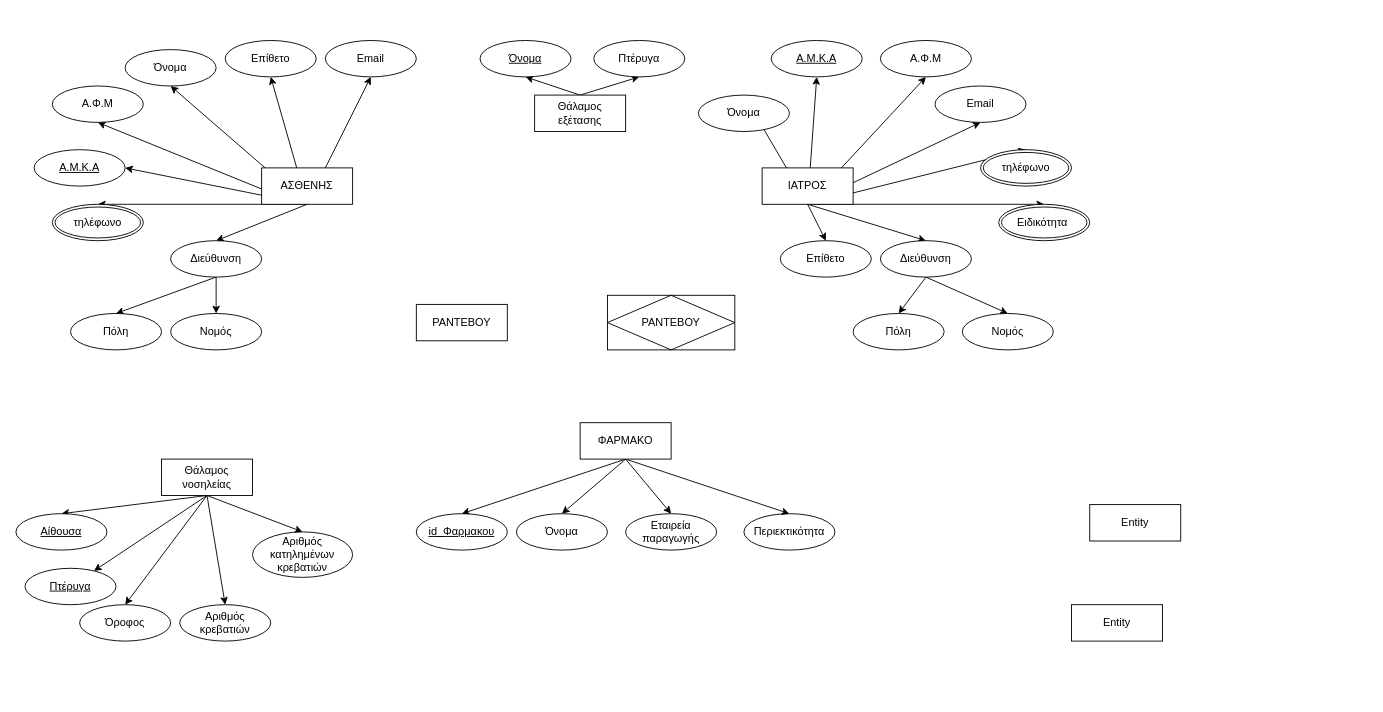
DionysisTheodosis/Databases-II-Uni keeps this draw.io diagram as database2.drawio. Above is the earlier version. Source tidied: cells renumbered, new cells numbered last; positions are measured from the earlier drawing's top-left corner, leaving out a move shared by most shapes. Both pictures are drawn from the tidied source at 91%, with x=0, y=0 at pixel (15, 40).
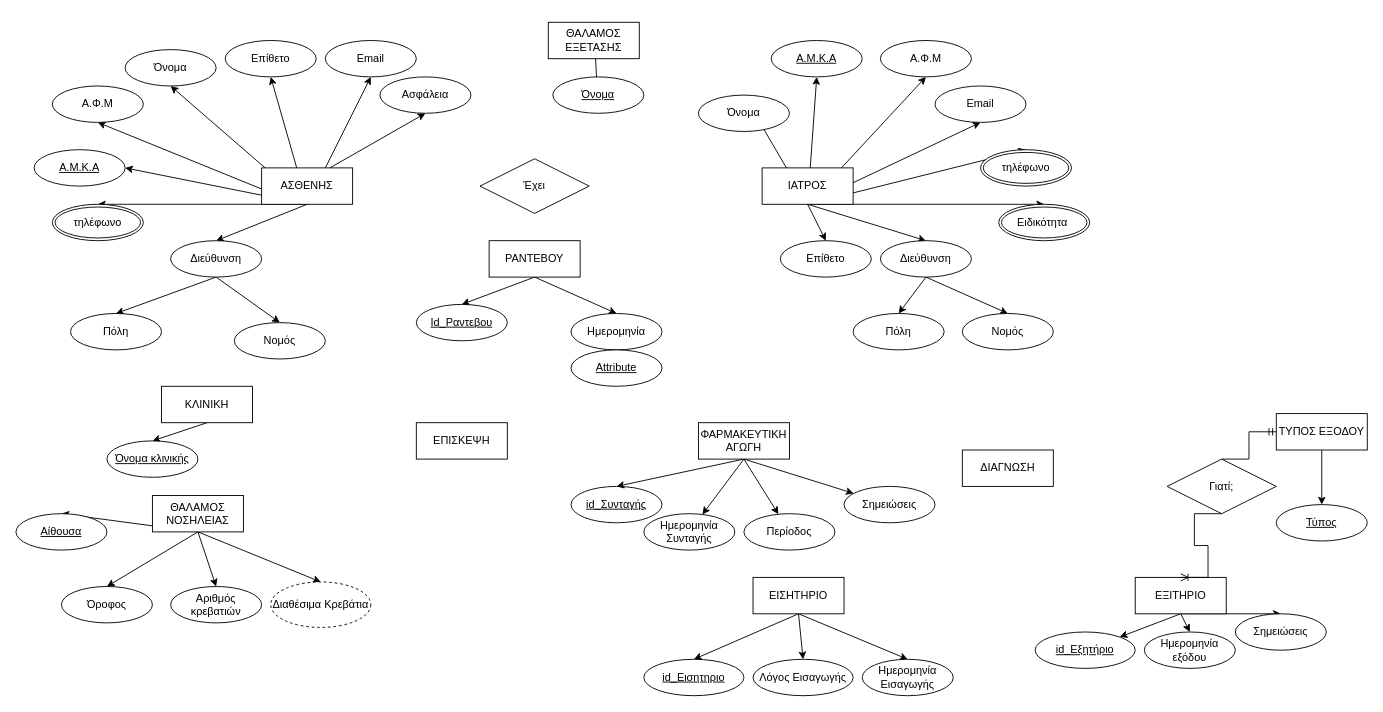
The same diagram, later.

The change refers to these unchanged cells:
```xml
<mxCell id="17" value="ΑΣΘΕΝΗΣ" style="whiteSpace=wrap;html=1;align=center;" parent="1" vertex="1">
  <mxGeometry x="270" y="140" width="100" height="40" as="geometry" />
</mxCell>
<mxCell id="23" value="Διεύθυνση" style="ellipse;whiteSpace=wrap;html=1;align=center;" parent="1" vertex="1">
  <mxGeometry x="170" y="220" width="100" height="40" as="geometry" />
</mxCell>
```

The edit, as a diff of the source:
```diff
@@
+    <mxCell id="71" style="rounded=0;jettySize=auto;html=1;exitX=0.75;exitY=0;exitDx=0;exitDy=0;entryX=0.5;entryY=1;entryDx=0;entryDy=0;" parent="1" edge="1" source="17" target="80">
+      <mxGeometry relative="1" as="geometry" />
+    </mxCell>
@@
-    <mxCell id="22" style="edgeStyle=orthogonalEdgeStyle;rounded=0;jettySize=auto;html=1;exitX=0.5;exitY=1;exitDx=0;exitDy=0;entryX=0.5;entryY=0;entryDx=0;entryDy=0;" parent="1" edge="1" source="23" target="29">
+    <mxCell id="22" style="rounded=0;jettySize=auto;html=1;exitX=0.5;exitY=1;exitDx=0;exitDy=0;entryX=0.5;entryY=0;entryDx=0;entryDy=0;" parent="1" edge="1" source="23" target="29">
       <mxGeometry relative="1" as="geometry" />
     </mxCell>
@@
     <mxCell id="29" value="Νομός" style="ellipse;whiteSpace=wrap;html=1;align=center;" parent="1" vertex="1">
-      <mxGeometry x="170" y="300" width="100" height="40" as="geometry" />
+      <mxGeometry x="240" y="310" width="100" height="40" as="geometry" />
     </mxCell>
@@
-    <mxCell id="42" style="rounded=0;jettySize=auto;html=1;exitX=0.5;exitY=0;exitDx=0;exitDy=0;entryX=0.5;entryY=1;entryDx=0;entryDy=0;" parent="1" edge="1" source="43" target="44">
-      <mxGeometry relative="1" as="geometry" />
-    </mxCell>
-    <mxCell id="43" value="Θάλαμος εξέτασης" style="whiteSpace=wrap;html=1;align=center;" parent="1" vertex="1">
-      <mxGeometry x="570" y="60" width="100" height="40" as="geometry" />
+    <mxCell id="43" value="ΘΑΛΑΜΟΣ ΕΞΕΤΑΣΗΣ" style="whiteSpace=wrap;html=1;align=center;" parent="1" vertex="1">
+      <mxGeometry x="585" y="-20" width="100" height="40" as="geometry" />
     </mxCell>
-    <mxCell id="44" value="Πτέρυγα" style="ellipse;whiteSpace=wrap;html=1;align=center;" parent="1" vertex="1">
-      <mxGeometry x="635" width="100" height="40" as="geometry" />
-    </mxCell>
     <mxCell id="45" value="Όνομα" style="ellipse;whiteSpace=wrap;html=1;align=center;fontStyle=4;" parent="1" vertex="1">
-      <mxGeometry x="510" width="100" height="40" as="geometry" />
+      <mxGeometry x="590" y="40" width="100" height="40" as="geometry" />
     </mxCell>
@@
-    <mxCell id="47" style="rounded=0;jettySize=auto;html=1;exitX=0.5;exitY=1;exitDx=0;exitDy=0;" parent="1" edge="1" source="51" target="53">
-      <mxGeometry relative="1" as="geometry" />
-    </mxCell>
@@
-    <mxCell id="50" style="rounded=0;jettySize=auto;html=1;exitX=0.5;exitY=1;exitDx=0;exitDy=0;entryX=0.5;entryY=0;entryDx=0;entryDy=0;" parent="1" edge="1" source="51" target="57">
+    <mxCell id="50" style="rounded=0;jettySize=auto;html=1;exitX=0.5;exitY=1;exitDx=0;exitDy=0;entryX=0.5;entryY=0;entryDx=0;entryDy=0;" parent="1" edge="1" source="51" target="108">
       <mxGeometry relative="1" as="geometry" />
     </mxCell>
-    <mxCell id="51" value="Θάλαμος νοσηλείας" style="whiteSpace=wrap;html=1;align=center;" parent="1" vertex="1">
-      <mxGeometry x="160" y="460" width="100" height="40" as="geometry" />
+    <mxCell id="51" value="ΘΑΛΑΜΟΣ ΝΟΣΗΛΕΙΑΣ" style="whiteSpace=wrap;html=1;align=center;" parent="1" vertex="1">
+      <mxGeometry x="150" y="500" width="100" height="40" as="geometry" />
     </mxCell>
@@
-    <mxCell id="53" value="Πτέρυγα" style="ellipse;whiteSpace=wrap;html=1;align=center;fontStyle=4;" parent="1" vertex="1">
-      <mxGeometry x="10" y="580" width="100" height="40" as="geometry" />
-    </mxCell>
-    <mxCell id="54" value="Περιεκτικότητα" style="ellipse;whiteSpace=wrap;html=1;align=center;" parent="1" vertex="1">
-      <mxGeometry x="800" y="520" width="100" height="40" as="geometry" />
-    </mxCell>
-    <mxCell id="55" value="Εταιρεία παραγωγής&lt;br&gt;" style="ellipse;whiteSpace=wrap;html=1;align=center;" parent="1" vertex="1">
-      <mxGeometry x="670" y="520" width="100" height="40" as="geometry" />
-    </mxCell>
     <mxCell id="56" value="Αριθμός κρεβατιών" style="ellipse;whiteSpace=wrap;html=1;align=center;" parent="1" vertex="1">
-      <mxGeometry x="180" y="620" width="100" height="40" as="geometry" />
+      <mxGeometry x="170" y="600" width="100" height="40" as="geometry" />
     </mxCell>
-    <mxCell id="57" value="Αριθμός κατηλημένων κρεβατιών" style="ellipse;whiteSpace=wrap;html=1;align=center;" parent="1" vertex="1">
-      <mxGeometry x="260" y="540" width="110" height="50" as="geometry" />
-    </mxCell>
     <mxCell id="58" value="Όροφος" style="ellipse;whiteSpace=wrap;html=1;align=center;" parent="1" vertex="1">
-      <mxGeometry x="70" y="620" width="100" height="40" as="geometry" />
+      <mxGeometry x="50" y="600" width="100" height="40" as="geometry" />
     </mxCell>
-    <mxCell id="59" style="rounded=0;jettySize=auto;html=1;exitX=0.5;exitY=1;exitDx=0;exitDy=0;entryX=0.5;entryY=0;entryDx=0;entryDy=0;" parent="1" edge="1" source="63" target="69">
-      <mxGeometry relative="1" as="geometry" />
-    </mxCell>
-    <mxCell id="60" style="rounded=0;jettySize=auto;html=1;exitX=0.5;exitY=1;exitDx=0;exitDy=0;entryX=0.5;entryY=0;entryDx=0;entryDy=0;" parent="1" edge="1" source="63" target="68">
-      <mxGeometry relative="1" as="geometry" />
-    </mxCell>
-    <mxCell id="61" style="rounded=0;jettySize=auto;html=1;exitX=0.5;exitY=1;exitDx=0;exitDy=0;entryX=0.5;entryY=0;entryDx=0;entryDy=0;" parent="1" edge="1" source="63" target="55">
-      <mxGeometry relative="1" as="geometry" />
-    </mxCell>
-    <mxCell id="62" style="rounded=0;jettySize=auto;html=1;exitX=0.5;exitY=1;exitDx=0;exitDy=0;entryX=0.5;entryY=0;entryDx=0;entryDy=0;" parent="1" edge="1" source="63" target="54">
-      <mxGeometry relative="1" as="geometry" />
-    </mxCell>
-    <mxCell id="63" value="ΦΑΡΜΑΚΟ&lt;br&gt;" style="whiteSpace=wrap;html=1;align=center;" parent="1" vertex="1">
-      <mxGeometry x="620" y="420" width="100" height="40" as="geometry" />
-    </mxCell>
+    <mxCell id="72" style="rounded=0;jettySize=auto;html=1;exitX=0.5;exitY=1;exitDx=0;exitDy=0;entryX=0.5;entryY=0;entryDx=0;entryDy=0;" parent="1" edge="1" source="64" target="78">
+      <mxGeometry relative="1" as="geometry" />
+    </mxCell>
+    <mxCell id="73" style="rounded=0;jettySize=auto;html=1;exitX=0.5;exitY=1;exitDx=0;exitDy=0;entryX=0.5;entryY=0;entryDx=0;entryDy=0;" parent="1" edge="1" source="64" target="88">
+      <mxGeometry relative="1" as="geometry" />
+    </mxCell>
+    <mxCell id="74" style="rounded=0;jettySize=auto;html=1;exitX=0.5;exitY=1;exitDx=0;exitDy=0;entryX=0.5;entryY=0;entryDx=0;entryDy=0;" parent="1" edge="1" source="64" target="92">
+      <mxGeometry relative="1" as="geometry" />
+    </mxCell>
-    <mxCell id="64" value="Entity" style="whiteSpace=wrap;html=1;align=center;" parent="1" vertex="1">
-      <mxGeometry x="1160" y="620" width="100" height="40" as="geometry" />
+    <mxCell id="64" value="ΕΙΣΗΤΗΡΙΟ" style="whiteSpace=wrap;html=1;align=center;" parent="1" vertex="1">
+      <mxGeometry x="810" y="590" width="100" height="40" as="geometry" />
     </mxCell>
+    <mxCell id="75" style="rounded=0;jettySize=auto;html=1;exitX=0.5;exitY=1;exitDx=0;exitDy=0;entryX=0.5;entryY=0;entryDx=0;entryDy=0;" parent="1" edge="1" source="65" target="82">
+      <mxGeometry relative="1" as="geometry" />
+    </mxCell>
-    <mxCell id="65" value="Entity" style="whiteSpace=wrap;html=1;align=center;" parent="1" vertex="1">
-      <mxGeometry x="1180" y="510" width="100" height="40" as="geometry" />
+    <mxCell id="65" value="ΚΛΙΝΙΚΗ" style="whiteSpace=wrap;html=1;align=center;" parent="1" vertex="1">
+      <mxGeometry x="160" y="380" width="100" height="40" as="geometry" />
     </mxCell>
+    <mxCell id="76" style="rounded=0;jettySize=auto;html=1;exitX=0.5;exitY=1;exitDx=0;exitDy=0;entryX=0.5;entryY=0;entryDx=0;entryDy=0;" parent="1" edge="1" source="66" target="81">
+      <mxGeometry relative="1" as="geometry" />
+    </mxCell>
+    <mxCell id="77" style="rounded=0;jettySize=auto;html=1;exitX=0.5;exitY=1;exitDx=0;exitDy=0;entryX=0.5;entryY=0;entryDx=0;entryDy=0;" parent="1" edge="1" source="66" target="79">
+      <mxGeometry relative="1" as="geometry" />
+    </mxCell>
     <mxCell id="66" value="ΡΑΝΤΕΒΟΥ" style="whiteSpace=wrap;html=1;align=center;" parent="1" vertex="1">
-      <mxGeometry x="440" y="290" width="100" height="40" as="geometry" />
+      <mxGeometry x="520" y="220" width="100" height="40" as="geometry" />
     </mxCell>
@@
-    <mxCell id="68" value="Όνομα&lt;br&gt;" style="ellipse;whiteSpace=wrap;html=1;align=center;" parent="1" vertex="1">
-      <mxGeometry x="550" y="520" width="100" height="40" as="geometry" />
-    </mxCell>
-    <mxCell id="69" value="id_Φαρμακου" style="ellipse;whiteSpace=wrap;html=1;align=center;fontStyle=4;" parent="1" vertex="1">
-      <mxGeometry x="440" y="520" width="100" height="40" as="geometry" />
-    </mxCell>
-    <mxCell id="70" value="ΡΑΝΤΕΒΟΥ" style="shape=associativeEntity;whiteSpace=wrap;html=1;align=center;" parent="1" vertex="1">
-      <mxGeometry x="650" y="280" width="140" height="60" as="geometry" />
-    </mxCell>
+    <mxCell id="78" value="Λόγος Εισαγωγής" style="ellipse;whiteSpace=wrap;html=1;align=center;" parent="1" vertex="1">
+      <mxGeometry x="810" y="680" width="110" height="40" as="geometry" />
+    </mxCell>
+    <mxCell id="79" value="Ημερομηνία" style="ellipse;whiteSpace=wrap;html=1;align=center;" parent="1" vertex="1">
+      <mxGeometry x="610" y="300" width="100" height="40" as="geometry" />
+    </mxCell>
+    <mxCell id="80" value="Ασφάλεια" style="ellipse;whiteSpace=wrap;html=1;align=center;" parent="1" vertex="1">
+      <mxGeometry x="400" y="40" width="100" height="40" as="geometry" />
+    </mxCell>
+    <mxCell id="81" value="Id_Ραντεβου" style="ellipse;whiteSpace=wrap;html=1;align=center;fontStyle=4;" parent="1" vertex="1">
+      <mxGeometry x="440" y="290" width="100" height="40" as="geometry" />
+    </mxCell>
+    <mxCell id="82" value="Όνομα κλινικής" style="ellipse;whiteSpace=wrap;html=1;align=center;fontStyle=4;" parent="1" vertex="1">
+      <mxGeometry x="100" y="440" width="100" height="40" as="geometry" />
+    </mxCell>
+    <mxCell id="83" style="rounded=0;jettySize=auto;html=1;exitX=0.5;exitY=1;exitDx=0;exitDy=0;entryX=0.5;entryY=0;entryDx=0;entryDy=0;" parent="1" edge="1" source="86" target="89">
+      <mxGeometry relative="1" as="geometry" />
+    </mxCell>
+    <mxCell id="84" style="rounded=0;jettySize=auto;html=1;exitX=0.5;exitY=1;exitDx=0;exitDy=0;entryX=0.5;entryY=0;entryDx=0;entryDy=0;" parent="1" edge="1" source="86" target="90">
+      <mxGeometry relative="1" as="geometry" />
+    </mxCell>
+    <mxCell id="85" style="rounded=0;jettySize=auto;html=1;exitX=0.5;exitY=1;exitDx=0;exitDy=0;" parent="1" edge="1" source="86" target="93">
+      <mxGeometry relative="1" as="geometry" />
+    </mxCell>
+    <mxCell id="86" value="ΕΞΙΤΗΡΙΟ" style="whiteSpace=wrap;html=1;align=center;" parent="1" vertex="1">
+      <mxGeometry x="1230" y="590" width="100" height="40" as="geometry" />
+    </mxCell>
+    <mxCell id="87" value="Σημειώσεις" style="ellipse;whiteSpace=wrap;html=1;align=center;" parent="1" vertex="1">
+      <mxGeometry x="910" y="490" width="100" height="40" as="geometry" />
+    </mxCell>
+    <mxCell id="88" value="Ημερομηνία Εισαγωγής" style="ellipse;whiteSpace=wrap;html=1;align=center;" parent="1" vertex="1">
+      <mxGeometry x="930" y="680" width="100" height="40" as="geometry" />
+    </mxCell>
+    <mxCell id="89" value="Ημερομηνία εξόδου" style="ellipse;whiteSpace=wrap;html=1;align=center;" parent="1" vertex="1">
+      <mxGeometry x="1240" y="650" width="100" height="40" as="geometry" />
+    </mxCell>
+    <mxCell id="90" value="Σημειώσεις" style="ellipse;whiteSpace=wrap;html=1;align=center;" parent="1" vertex="1">
+      <mxGeometry x="1340" y="630" width="100" height="40" as="geometry" />
+    </mxCell>
+    <mxCell id="91" value="id_Συνταγής" style="ellipse;whiteSpace=wrap;html=1;align=center;fontStyle=4;" parent="1" vertex="1">
+      <mxGeometry x="610" y="490" width="100" height="40" as="geometry" />
+    </mxCell>
+    <mxCell id="92" value="id_Εισητηριο" style="ellipse;whiteSpace=wrap;html=1;align=center;fontStyle=4;" parent="1" vertex="1">
+      <mxGeometry x="690" y="680" width="110" height="40" as="geometry" />
+    </mxCell>
+    <mxCell id="93" value="id_Εξητήριο" style="ellipse;whiteSpace=wrap;html=1;align=center;fontStyle=4;" parent="1" vertex="1">
+      <mxGeometry x="1120" y="650" width="110" height="40" as="geometry" />
+    </mxCell>
+    <mxCell id="94" value="ΕΠΙΣΚΕΨΗ" style="whiteSpace=wrap;html=1;align=center;" parent="1" vertex="1">
+      <mxGeometry x="440" y="420" width="100" height="40" as="geometry" />
+    </mxCell>
+    <mxCell id="95" value="ΔΙΑΓΝΩΣΗ" style="whiteSpace=wrap;html=1;align=center;" parent="1" vertex="1">
+      <mxGeometry x="1040" y="450" width="100" height="40" as="geometry" />
+    </mxCell>
+    <mxCell id="96" style="rounded=0;jettySize=auto;html=1;exitX=0.5;exitY=1;exitDx=0;exitDy=0;entryX=0.5;entryY=0;entryDx=0;entryDy=0;" parent="1" edge="1" source="100" target="91">
+      <mxGeometry relative="1" as="geometry" />
+    </mxCell>
+    <mxCell id="97" style="rounded=0;jettySize=auto;html=1;exitX=0.5;exitY=1;exitDx=0;exitDy=0;" parent="1" edge="1" source="100" target="110">
+      <mxGeometry relative="1" as="geometry" />
+    </mxCell>
+    <mxCell id="98" style="rounded=0;jettySize=auto;html=1;exitX=0.5;exitY=1;exitDx=0;exitDy=0;" parent="1" edge="1" source="100" target="107">
+      <mxGeometry relative="1" as="geometry" />
+    </mxCell>
+    <mxCell id="99" style="rounded=0;jettySize=auto;html=1;exitX=0.5;exitY=1;exitDx=0;exitDy=0;" parent="1" edge="1" source="100" target="87">
+      <mxGeometry relative="1" as="geometry" />
+    </mxCell>
+    <mxCell id="100" value="ΦΑΡΜΑΚΕΥΤΙΚΗ ΑΓΩΓΗ" style="whiteSpace=wrap;html=1;align=center;" parent="1" vertex="1">
+      <mxGeometry x="750" y="420" width="100" height="40" as="geometry" />
+    </mxCell>
+    <mxCell id="101" style="rounded=0;jettySize=auto;html=1;exitX=0.5;exitY=1;exitDx=0;exitDy=0;entryX=0.5;entryY=0;entryDx=0;entryDy=0;" parent="1" edge="1" source="102" target="103">
+      <mxGeometry relative="1" as="geometry" />
+    </mxCell>
+    <mxCell id="102" value="ΤΥΠΟΣ ΕΞΟΔΟΥ" style="whiteSpace=wrap;html=1;align=center;" parent="1" vertex="1">
+      <mxGeometry x="1385" y="410" width="100" height="40" as="geometry" />
+    </mxCell>
+    <mxCell id="103" value="Τύπος" style="ellipse;whiteSpace=wrap;html=1;align=center;fontStyle=4;" parent="1" vertex="1">
+      <mxGeometry x="1385" y="510" width="100" height="40" as="geometry" />
+    </mxCell>
+    <mxCell id="104" value="Γιατί;" style="shape=rhombus;perimeter=rhombusPerimeter;whiteSpace=wrap;html=1;align=center;" parent="1" vertex="1">
+      <mxGeometry x="1265" y="460" width="120" height="60" as="geometry" />
+    </mxCell>
+    <mxCell id="105" style="edgeStyle=entityRelationEdgeStyle;fontSize=12;html=1;endArrow=ERoneToMany;rounded=0;entryX=0.5;entryY=0;entryDx=0;entryDy=0;exitX=0.5;exitY=1;exitDx=0;exitDy=0;" parent="1" edge="1" source="104" target="86">
+      <mxGeometry relative="1" as="geometry" />
+    </mxCell>
+    <mxCell id="106" style="edgeStyle=entityRelationEdgeStyle;fontSize=12;html=1;endArrow=ERmandOne;rounded=0;entryX=0;entryY=0.5;entryDx=0;entryDy=0;exitX=0.5;exitY=0;exitDx=0;exitDy=0;" parent="1" edge="1" source="104" target="102">
+      <mxGeometry relative="1" as="geometry" />
+    </mxCell>
+    <mxCell id="107" value="Περίοδος" style="ellipse;whiteSpace=wrap;html=1;align=center;" parent="1" vertex="1">
+      <mxGeometry x="800" y="520" width="100" height="40" as="geometry" />
+    </mxCell>
+    <mxCell id="108" value="Διαθέσιμα Κρεβάτια" style="ellipse;whiteSpace=wrap;html=1;align=center;dashed=1;" parent="1" vertex="1">
+      <mxGeometry x="280" y="595" width="110" height="50" as="geometry" />
+    </mxCell>
+    <mxCell id="109" value="Attribute" style="ellipse;whiteSpace=wrap;html=1;align=center;fontStyle=4;" parent="1" vertex="1">
+      <mxGeometry x="610" y="340" width="100" height="40" as="geometry" />
+    </mxCell>
+    <mxCell id="110" value="Ημερομηνία Συνταγής" style="ellipse;whiteSpace=wrap;html=1;align=center;" parent="1" vertex="1">
+      <mxGeometry x="690" y="520" width="100" height="40" as="geometry" />
+    </mxCell>
+    <mxCell id="111" value="Έχει" style="shape=rhombus;perimeter=rhombusPerimeter;whiteSpace=wrap;html=1;align=center;" parent="1" vertex="1">
+      <mxGeometry x="510" y="130" width="120" height="60" as="geometry" />
+    </mxCell>
```
